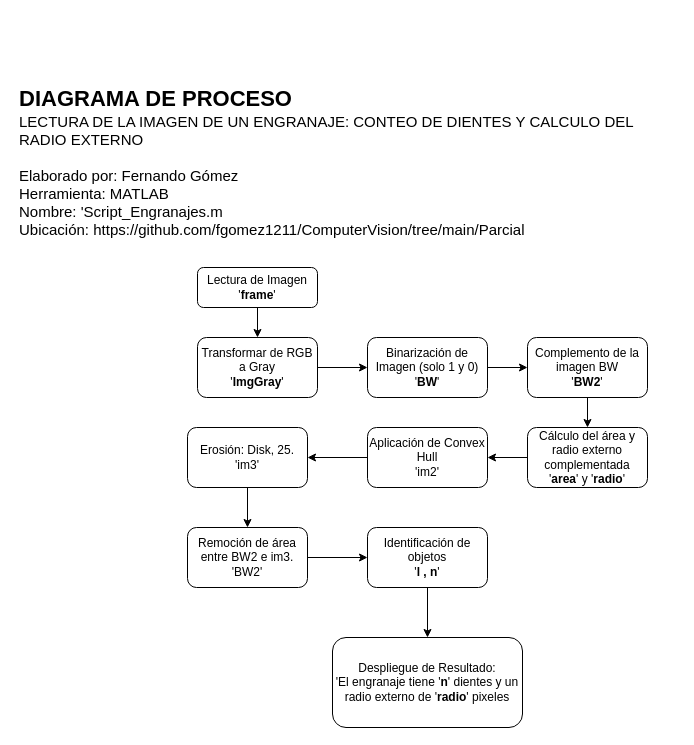
fgomez1211/ComputerVision keeps this draw.io diagram as DiagramaProceso_ExamenParcial.drawio. Above is the earlier version. Source tidied: cells renumbered, new cells numbered last; positions are measured from the earlier drawing's top-left corner, leaving out a move shared by most shapes. Both pictures are drawn from the tidied source at 100%, with x=0, y=0 at pixel (17, 57).
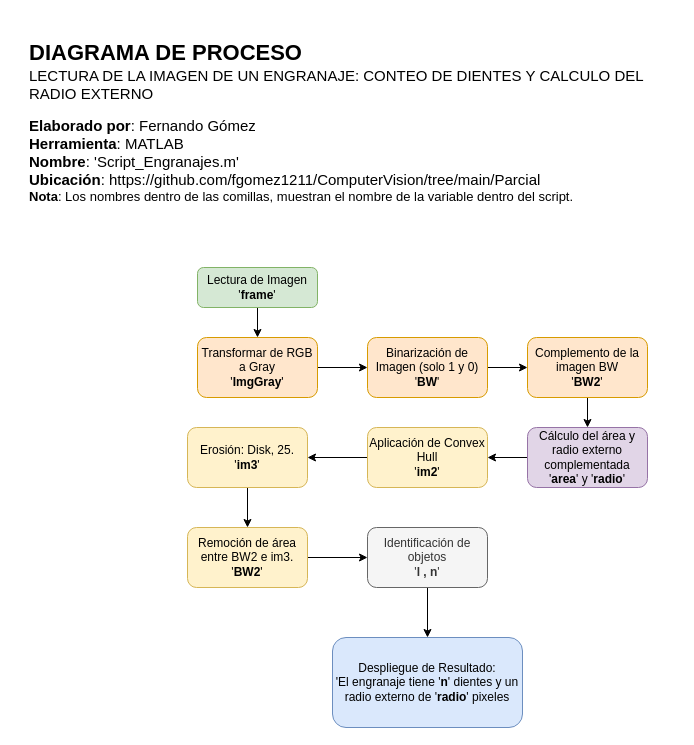
After the change.

Change to the diagram source:
```diff
@@
-    <mxCell id="3" value="Lectura de Imagen&lt;br&gt;'&lt;b&gt;frame&lt;/b&gt;'" style="rounded=1;whiteSpace=wrap;html=1;fontSize=12;glass=0;strokeWidth=1;shadow=0;" parent="1" vertex="1">
+    <mxCell id="3" value="Lectura de Imagen&lt;br&gt;'&lt;b&gt;frame&lt;/b&gt;'" style="rounded=1;whiteSpace=wrap;html=1;fontSize=12;glass=0;strokeWidth=1;shadow=0;fillColor=#d5e8d4;strokeColor=#82b366;" parent="1" vertex="1">
       <mxGeometry x="180" y="210" width="120" height="40" as="geometry" />
     </mxCell>
@@
-    <mxCell id="5" value="Transformar de RGB a Gray&lt;br&gt;'&lt;b&gt;ImgGray&lt;/b&gt;'" style="whiteSpace=wrap;html=1;rounded=1;glass=0;strokeWidth=1;shadow=0;" parent="1" vertex="1">
+    <mxCell id="5" value="Transformar de RGB a Gray&lt;br&gt;'&lt;b&gt;ImgGray&lt;/b&gt;'" style="whiteSpace=wrap;html=1;rounded=1;glass=0;strokeWidth=1;shadow=0;fillColor=#ffe6cc;strokeColor=#d79b00;" parent="1" vertex="1">
       <mxGeometry x="180" y="280" width="120" height="60" as="geometry" />
     </mxCell>
@@
-    <mxCell id="7" value="Binarización de Imagen (solo 1 y 0)&lt;br&gt;'&lt;b&gt;BW&lt;/b&gt;'" style="whiteSpace=wrap;html=1;rounded=1;glass=0;strokeWidth=1;shadow=0;" parent="1" vertex="1">
+    <mxCell id="7" value="Binarización de Imagen (solo 1 y 0)&lt;br&gt;'&lt;b&gt;BW&lt;/b&gt;'" style="whiteSpace=wrap;html=1;rounded=1;glass=0;strokeWidth=1;shadow=0;fillColor=#ffe6cc;strokeColor=#d79b00;" parent="1" vertex="1">
       <mxGeometry x="350" y="280" width="120" height="60" as="geometry" />
     </mxCell>
@@
-    <mxCell id="9" value="Complemento de la imagen BW&lt;br&gt;'&lt;b&gt;BW2&lt;/b&gt;'" style="whiteSpace=wrap;html=1;rounded=1;glass=0;strokeWidth=1;shadow=0;" parent="1" vertex="1">
+    <mxCell id="9" value="Complemento de la imagen BW&lt;br&gt;'&lt;b&gt;BW2&lt;/b&gt;'" style="whiteSpace=wrap;html=1;rounded=1;glass=0;strokeWidth=1;shadow=0;fillColor=#ffe6cc;strokeColor=#d79b00;" parent="1" vertex="1">
       <mxGeometry x="510" y="280" width="120" height="60" as="geometry" />
     </mxCell>
@@
-    <mxCell id="11" value="Cálculo del área y radio externo complementada&lt;br&gt;'&lt;b&gt;area&lt;/b&gt;' y '&lt;b&gt;radio&lt;/b&gt;'" style="whiteSpace=wrap;html=1;rounded=1;glass=0;strokeWidth=1;shadow=0;" parent="1" vertex="1">
+    <mxCell id="11" value="Cálculo del área y radio externo complementada&lt;br&gt;'&lt;b&gt;area&lt;/b&gt;' y '&lt;b&gt;radio&lt;/b&gt;'" style="whiteSpace=wrap;html=1;rounded=1;glass=0;strokeWidth=1;shadow=0;fillColor=#e1d5e7;strokeColor=#9673a6;" parent="1" vertex="1">
       <mxGeometry x="510" y="370" width="120" height="60" as="geometry" />
     </mxCell>
@@
-    <mxCell id="13" value="Aplicación de Convex Hull&lt;br&gt;'im2'" style="whiteSpace=wrap;html=1;rounded=1;glass=0;strokeWidth=1;shadow=0;" parent="1" vertex="1">
+    <mxCell id="13" value="Aplicación de Convex Hull&lt;br&gt;'&lt;b&gt;im2&lt;/b&gt;'" style="whiteSpace=wrap;html=1;rounded=1;glass=0;strokeWidth=1;shadow=0;fillColor=#fff2cc;strokeColor=#d6b656;" parent="1" vertex="1">
       <mxGeometry x="350" y="370" width="120" height="60" as="geometry" />
     </mxCell>
@@
-    <mxCell id="15" value="Erosión: Disk, 25.&lt;br&gt;'im3'" style="whiteSpace=wrap;html=1;rounded=1;glass=0;strokeWidth=1;shadow=0;" parent="1" vertex="1">
+    <mxCell id="15" value="Erosión: Disk, 25.&lt;br&gt;'&lt;b&gt;im3&lt;/b&gt;'" style="whiteSpace=wrap;html=1;rounded=1;glass=0;strokeWidth=1;shadow=0;fillColor=#fff2cc;strokeColor=#d6b656;" parent="1" vertex="1">
       <mxGeometry x="170" y="370" width="120" height="60" as="geometry" />
     </mxCell>
@@
-    <mxCell id="17" value="Remoción de área entre BW2 e im3.&lt;br&gt;'BW2'" style="whiteSpace=wrap;html=1;rounded=1;glass=0;strokeWidth=1;shadow=0;" parent="1" vertex="1">
+    <mxCell id="17" value="Remoción de área entre BW2 e im3.&lt;br&gt;'&lt;b&gt;BW2&lt;/b&gt;'" style="whiteSpace=wrap;html=1;rounded=1;glass=0;strokeWidth=1;shadow=0;fillColor=#fff2cc;strokeColor=#d6b656;" parent="1" vertex="1">
       <mxGeometry x="170" y="470" width="120" height="60" as="geometry" />
     </mxCell>
@@
-    <mxCell id="19" value="Identificación de objetos&lt;br&gt;'&lt;b&gt;l , n&lt;/b&gt;'" style="whiteSpace=wrap;html=1;rounded=1;glass=0;strokeWidth=1;shadow=0;" parent="1" vertex="1">
+    <mxCell id="19" value="Identificación de objetos&lt;br&gt;'&lt;b&gt;l , n&lt;/b&gt;'" style="whiteSpace=wrap;html=1;rounded=1;glass=0;strokeWidth=1;shadow=0;fillColor=#f5f5f5;fontColor=#333333;strokeColor=#666666;" parent="1" vertex="1">
       <mxGeometry x="350" y="470" width="120" height="60" as="geometry" />
     </mxCell>
-    <mxCell id="20" value="Despliegue de Resultado:&lt;br&gt;'El engranaje tiene '&lt;b&gt;n&lt;/b&gt;' dientes y un radio externo de '&lt;b&gt;radio&lt;/b&gt;' pixeles" style="whiteSpace=wrap;html=1;rounded=1;glass=0;strokeWidth=1;shadow=0;" parent="1" vertex="1">
+    <mxCell id="20" value="Despliegue de Resultado:&lt;br&gt;'El engranaje tiene '&lt;b&gt;n&lt;/b&gt;' dientes y un radio externo de '&lt;b&gt;radio&lt;/b&gt;' pixeles" style="whiteSpace=wrap;html=1;rounded=1;glass=0;strokeWidth=1;shadow=0;fillColor=#dae8fc;strokeColor=#6c8ebf;" parent="1" vertex="1">
       <mxGeometry x="315" y="580" width="190" height="90" as="geometry" />
     </mxCell>
-    <mxCell id="21" value="&lt;b style=&quot;font-size: 22px;&quot;&gt;DIAGRAMA DE PROCESO&lt;br&gt;&lt;/b&gt;&lt;font style=&quot;font-size: 15px;&quot;&gt;LECTURA DE LA IMAGEN DE UN ENGRANAJE: CONTEO DE DIENTES Y CALCULO DEL RADIO EXTERNO&lt;br&gt;&lt;br&gt;Elaborado por: Fernando Gómez&lt;br&gt;Herramienta: MATLAB&lt;br&gt;Nombre: 'Script_Engranajes.m&lt;br&gt;Ubicación:&amp;nbsp;https://github.com/fgomez1211/ComputerVision/tree/main/Parcial&lt;br&gt;&lt;/font&gt;" style="text;html=1;strokeColor=none;fillColor=none;align=left;verticalAlign=middle;whiteSpace=wrap;rounded=0;" parent="1" vertex="1">
-      <mxGeometry width="650" height="210" as="geometry" />
+    <mxCell id="21" value="&lt;b style=&quot;font-size: 22px;&quot;&gt;DIAGRAMA DE PROCESO&lt;br&gt;&lt;/b&gt;&lt;font style=&quot;&quot;&gt;&lt;span style=&quot;font-size: 15px;&quot;&gt;LECTURA DE LA IMAGEN DE UN ENGRANAJE: CONTEO DE DIENTES Y CALCULO DEL RADIO EXTERNO&lt;/span&gt;&lt;br&gt;&lt;br&gt;&lt;span style=&quot;font-size: 15px;&quot;&gt;&lt;b&gt;Elaborado por&lt;/b&gt;: Fernando Gómez&lt;/span&gt;&lt;br&gt;&lt;span style=&quot;font-size: 15px;&quot;&gt;&lt;b&gt;Herramienta&lt;/b&gt;: MATLAB&lt;/span&gt;&lt;br&gt;&lt;span style=&quot;font-size: 15px;&quot;&gt;&lt;b&gt;Nombre&lt;/b&gt;: 'Script_Engranajes.m'&lt;/span&gt;&lt;br&gt;&lt;span style=&quot;font-size: 15px;&quot;&gt;&lt;b&gt;Ubicación&lt;/b&gt;:&amp;nbsp;https://github.com/fgomez1211/ComputerVision/tree/main/Parcial&lt;/span&gt;&lt;br&gt;&lt;font style=&quot;font-size: 13px;&quot;&gt;&lt;b&gt;Nota&lt;/b&gt;: Los nombres dentro de las comillas, muestran el nombre de la variable dentro del script.&lt;/font&gt;&lt;br&gt;&lt;/font&gt;" style="text;html=1;strokeColor=none;fillColor=none;align=left;verticalAlign=middle;whiteSpace=wrap;rounded=0;" parent="1" vertex="1">
+      <mxGeometry x="10" y="-40" width="650" height="210" as="geometry" />
     </mxCell>
```
